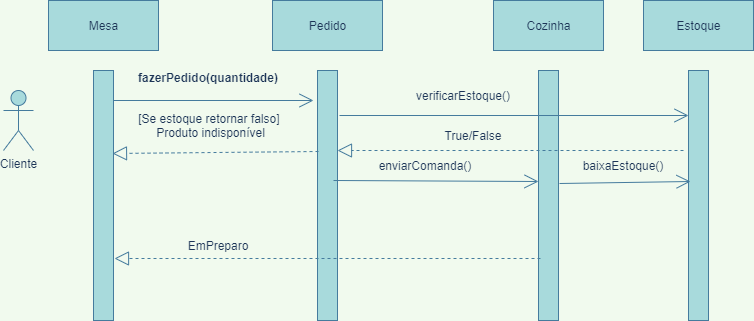
The draw.io diagram SequênciaMóduloPedido.drawio.png in hinname/project-Restaurant, before a commit. Source tidied: cells renumbered, new cells last; positions are measured from the earlier drawing's top-left corner, leaving out a move shared by most shapes.
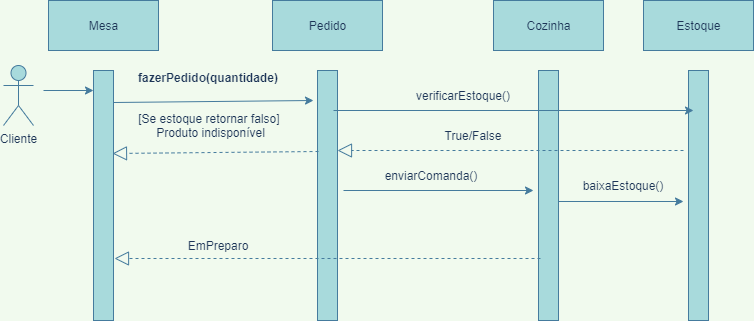
After the commit.

The edit, as a diff of the source:
```diff
@@ -3,7 +3,7 @@
     <mxCell id="0" />
     <mxCell id="1" parent="0" />
     <mxCell id="2" value="Cliente" style="shape=umlActor;verticalLabelPosition=bottom;verticalAlign=top;html=1;fillColor=#A8DADC;strokeColor=#457B9D;fontColor=#1D3557;" parent="1" vertex="1">
-      <mxGeometry y="90" width="30" height="60" as="geometry" />
+      <mxGeometry y="65" width="30" height="60" as="geometry" />
     </mxCell>
     <mxCell id="3" style="html=1;points=[];perimeter=orthogonalPerimeter;fillColor=#A8DADC;strokeColor=#457B9D;fontColor=#1D3557;" parent="1" vertex="1">
       <mxGeometry x="90" y="70" width="20" height="250" as="geometry" />
@@ -11,12 +11,6 @@
     <mxCell id="4" value="Mesa" style="html=1;fillColor=#A8DADC;strokeColor=#457B9D;fontColor=#1D3557;" parent="1" vertex="1">
       <mxGeometry x="45" width="110" height="50" as="geometry" />
     </mxCell>
-    <mxCell id="5" style="endArrow=open;endFill=1;endSize=12;html=1;rounded=0;labelBackgroundColor=#F1FAEE;strokeColor=#457B9D;fontColor=#1D3557;" parent="1" edge="1">
-      <mxGeometry relative="1" as="geometry">
-        <mxPoint x="110" y="100" as="sourcePoint" />
-        <mxPoint x="310" y="100" as="targetPoint" />
-      </mxGeometry>
-    </mxCell>
     <mxCell id="6" value="Pedido" style="html=1;fillColor=#A8DADC;strokeColor=#457B9D;fontColor=#1D3557;" parent="1" vertex="1">
       <mxGeometry x="269" width="110" height="50" as="geometry" />
     </mxCell>
@@ -29,16 +23,11 @@
     <mxCell id="9" style="html=1;points=[];perimeter=orthogonalPerimeter;fillColor=#A8DADC;strokeColor=#457B9D;fontColor=#1D3557;" parent="1" vertex="1">
       <mxGeometry x="535" y="70" width="20" height="250" as="geometry" />
     </mxCell>
-    <mxCell id="10" style="endArrow=open;endFill=1;endSize=12;html=1;rounded=0;entryX=0;entryY=0.444;entryDx=0;entryDy=0;entryPerimeter=0;labelBackgroundColor=#F1FAEE;strokeColor=#457B9D;fontColor=#1D3557;" parent="1" edge="1" target="9">
-      <mxGeometry relative="1" as="geometry">
-        <mxPoint x="330" y="180" as="sourcePoint" />
-      </mxGeometry>
-    </mxCell>
     <mxCell id="11" value="fazerPedido(quantidade)" style="text;align=center;fontStyle=1;verticalAlign=middle;spacingLeft=3;spacingRight=3;strokeColor=none;fontColor=#1D3557;" parent="1" vertex="1">
       <mxGeometry x="120" y="64" width="170" height="26" as="geometry" />
     </mxCell>
     <mxCell id="12" value="enviarComanda()" style="text;html=1;strokeColor=none;fillColor=none;align=center;verticalAlign=middle;whiteSpace=wrap;rounded=0;fontColor=#1D3557;" parent="1" vertex="1">
-      <mxGeometry x="354" y="150" width="136" height="30" as="geometry" />
+      <mxGeometry x="360" y="160" width="136" height="30" as="geometry" />
     </mxCell>
     <mxCell id="13" style="endArrow=block;dashed=1;endFill=0;endSize=12;html=1;rounded=0;entryX=1.05;entryY=0.752;entryDx=0;entryDy=0;entryPerimeter=0;exitX=0.1;exitY=0.752;exitDx=0;exitDy=0;exitPerimeter=0;labelBackgroundColor=#F1FAEE;strokeColor=#457B9D;fontColor=#1D3557;" parent="1" edge="1" source="9" target="3">
       <mxGeometry relative="1" as="geometry" />
@@ -61,15 +50,9 @@
     <mxCell id="19" value="[Se estoque retornar falso]&amp;nbsp; Produto indisponível" style="text;html=1;strokeColor=none;fillColor=none;align=center;verticalAlign=middle;whiteSpace=wrap;rounded=0;fontColor=#1D3557;" parent="1" vertex="1">
       <mxGeometry x="125" y="100" width="165" height="50" as="geometry" />
     </mxCell>
-    <mxCell id="20" style="endArrow=open;endFill=1;endSize=12;html=1;rounded=0;exitX=1.05;exitY=0.452;exitDx=0;exitDy=0;exitPerimeter=0;entryX=0.1;entryY=0.444;entryDx=0;entryDy=0;entryPerimeter=0;labelBackgroundColor=#F1FAEE;strokeColor=#457B9D;fontColor=#1D3557;" parent="1" edge="1" source="9" target="16">
-      <mxGeometry relative="1" as="geometry" />
-    </mxCell>
     <mxCell id="21" value="baixaEstoque()" style="text;html=1;strokeColor=none;fillColor=none;align=center;verticalAlign=middle;whiteSpace=wrap;rounded=0;fontColor=#1D3557;" parent="1" vertex="1">
-      <mxGeometry x="590" y="150" width="60" height="30" as="geometry" />
+      <mxGeometry x="590" y="170" width="60" height="30" as="geometry" />
     </mxCell>
-    <mxCell id="22" style="endArrow=open;endFill=1;endSize=12;html=1;rounded=0;exitX=1.1;exitY=0.18;exitDx=0;exitDy=0;exitPerimeter=0;labelBackgroundColor=#F1FAEE;strokeColor=#457B9D;fontColor=#1D3557;" parent="1" edge="1" source="7" target="16">
-      <mxGeometry relative="1" as="geometry" />
-    </mxCell>
     <mxCell id="23" style="endArrow=block;dashed=1;endFill=0;endSize=12;html=1;rounded=0;labelBackgroundColor=#F1FAEE;strokeColor=#457B9D;fontColor=#1D3557;" parent="1" edge="1">
       <mxGeometry relative="1" as="geometry">
         <mxPoint x="680" y="150" as="sourcePoint" />
@@ -79,5 +62,31 @@
     <mxCell id="24" value="True/False" style="text;html=1;strokeColor=none;fillColor=none;align=center;verticalAlign=middle;whiteSpace=wrap;rounded=0;fontColor=#1D3557;" parent="1" vertex="1">
       <mxGeometry x="405" y="120" width="130" height="30" as="geometry" />
     </mxCell>
+    <mxCell id="25" style="endArrow=classic;html=1;rounded=1;sketch=0;fontColor=#1D3557;strokeColor=#457B9D;fillColor=#A8DADC;curved=0;entryX=0;entryY=0.08;entryDx=0;entryDy=0;entryPerimeter=0;" parent="1" edge="1" target="3">
+      <mxGeometry relative="1" as="geometry">
+        <mxPoint x="40" y="90" as="sourcePoint" />
+      </mxGeometry>
+    </mxCell>
+    <mxCell id="26" style="endArrow=classic;html=1;rounded=1;sketch=0;fontColor=#1D3557;strokeColor=#457B9D;fillColor=#A8DADC;curved=0;exitX=1;exitY=0.128;exitDx=0;exitDy=0;exitPerimeter=0;" parent="1" edge="1" source="3">
+      <mxGeometry relative="1" as="geometry">
+        <mxPoint x="310" y="100" as="targetPoint" />
+      </mxGeometry>
+    </mxCell>
+    <mxCell id="27" style="endArrow=classic;html=1;rounded=1;sketch=0;fontColor=#1D3557;strokeColor=#457B9D;fillColor=#A8DADC;curved=0;entryX=0.25;entryY=0.16;entryDx=0;entryDy=0;entryPerimeter=0;" parent="1" edge="1" target="16">
+      <mxGeometry relative="1" as="geometry">
+        <mxPoint x="330" y="110" as="sourcePoint" />
+      </mxGeometry>
+    </mxCell>
+    <mxCell id="28" style="endArrow=classic;html=1;rounded=1;sketch=0;fontColor=#1D3557;strokeColor=#457B9D;fillColor=#A8DADC;curved=0;" parent="1" edge="1">
+      <mxGeometry relative="1" as="geometry">
+        <mxPoint x="340" y="190" as="sourcePoint" />
+        <mxPoint x="530" y="190" as="targetPoint" />
+      </mxGeometry>
+    </mxCell>
+    <mxCell id="29" style="endArrow=classic;html=1;rounded=1;sketch=0;fontColor=#1D3557;strokeColor=#457B9D;fillColor=#A8DADC;curved=0;exitX=1;exitY=0.524;exitDx=0;exitDy=0;exitPerimeter=0;" parent="1" edge="1" source="9">
+      <mxGeometry relative="1" as="geometry">
+        <mxPoint x="680" y="201" as="targetPoint" />
+      </mxGeometry>
+    </mxCell>
   </root>
 </mxGraphModel>
```
